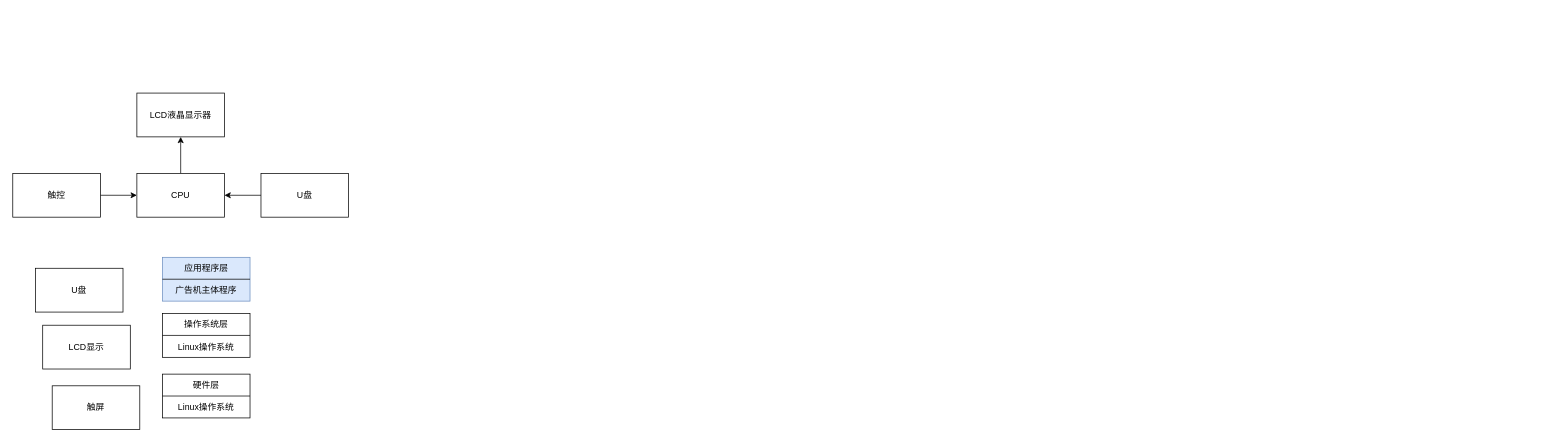
Above: 未命名绘图.drawio in wangshusu/BiYe (draw.io), before the change. Source tidied: cells renumbered, new cells numbered last; positions are measured from the earlier drawing's top-left corner, leaving out a move shared by most shapes. Both pictures are drawn from the tidied source at 73%, with x=0, y=0 at pixel (12, 93).
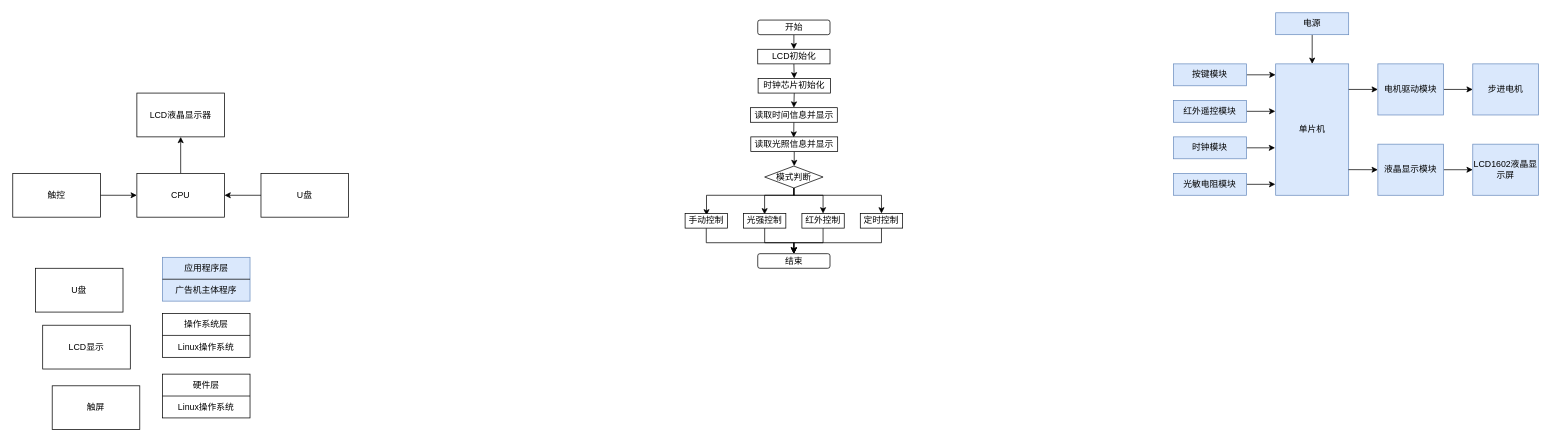
Above is the later version.

Commit message:
更新未命名绘图.drawio

Diff of the diagram source:
```diff
@@
+    <mxCell id="24" style="edgeStyle=orthogonalEdgeStyle;rounded=0;jettySize=auto;html=1;exitX=0.5;exitY=1;exitDx=0;exitDy=0;entryX=0.5;entryY=0;entryDx=0;entryDy=0;" parent="1" edge="1" source="25" target="27">
+      <mxGeometry relative="1" as="geometry" />
+    </mxCell>
+    <mxCell id="25" value="开始" style="rounded=1;whiteSpace=wrap;html=1;" parent="1" vertex="1">
+      <mxGeometry x="1020.5" y="-100" width="99" height="20" as="geometry" />
+    </mxCell>
+    <mxCell id="26" style="edgeStyle=orthogonalEdgeStyle;rounded=0;jettySize=auto;html=1;exitX=0.5;exitY=1;exitDx=0;exitDy=0;entryX=0.5;entryY=0;entryDx=0;entryDy=0;" parent="1" edge="1" source="27" target="29">
+      <mxGeometry relative="1" as="geometry" />
+    </mxCell>
+    <mxCell id="27" value="LCD初始化" style="rounded=0;whiteSpace=wrap;html=1;" parent="1" vertex="1">
+      <mxGeometry x="1020.5" y="-60" width="99" height="20" as="geometry" />
+    </mxCell>
+    <mxCell id="28" style="edgeStyle=orthogonalEdgeStyle;rounded=0;jettySize=auto;html=1;exitX=0.5;exitY=1;exitDx=0;exitDy=0;entryX=0.5;entryY=0;entryDx=0;entryDy=0;" parent="1" edge="1" source="29" target="31">
+      <mxGeometry relative="1" as="geometry" />
+    </mxCell>
+    <mxCell id="29" value="时钟芯片初始化" style="rounded=0;whiteSpace=wrap;html=1;" parent="1" vertex="1">
+      <mxGeometry x="1021" y="-20" width="99" height="20" as="geometry" />
+    </mxCell>
+    <mxCell id="30" style="edgeStyle=orthogonalEdgeStyle;rounded=0;jettySize=auto;html=1;exitX=0.5;exitY=1;exitDx=0;exitDy=0;entryX=0.494;entryY=0.055;entryDx=0;entryDy=0;entryPerimeter=0;" parent="1" edge="1" source="31" target="33">
+      <mxGeometry relative="1" as="geometry" />
+    </mxCell>
+    <mxCell id="31" value="读取时间信息并显示" style="rounded=0;whiteSpace=wrap;html=1;" parent="1" vertex="1">
+      <mxGeometry x="1010.5" y="20" width="119" height="20" as="geometry" />
+    </mxCell>
+    <mxCell id="32" style="edgeStyle=orthogonalEdgeStyle;rounded=0;jettySize=auto;html=1;exitX=0.5;exitY=1;exitDx=0;exitDy=0;entryX=0.506;entryY=0.003;entryDx=0;entryDy=0;entryPerimeter=0;" parent="1" edge="1" source="33" target="38">
+      <mxGeometry relative="1" as="geometry" />
+    </mxCell>
+    <mxCell id="33" value="读取光照信息并显示" style="rounded=0;whiteSpace=wrap;html=1;" parent="1" vertex="1">
+      <mxGeometry x="1011" y="60" width="119" height="20" as="geometry" />
+    </mxCell>
+    <mxCell id="34" style="edgeStyle=orthogonalEdgeStyle;rounded=0;jettySize=auto;html=1;exitX=0.5;exitY=1;exitDx=0;exitDy=0;entryX=0.506;entryY=0.133;entryDx=0;entryDy=0;entryPerimeter=0;" parent="1" edge="1" source="38" target="40">
+      <mxGeometry relative="1" as="geometry">
+        <Array as="points">
+          <mxPoint x="1070" y="140" />
+          <mxPoint x="950" y="140" />
+        </Array>
+      </mxGeometry>
+    </mxCell>
+    <mxCell id="35" style="edgeStyle=orthogonalEdgeStyle;rounded=0;jettySize=auto;html=1;exitX=0.5;exitY=1;exitDx=0;exitDy=0;entryX=0.499;entryY=0.061;entryDx=0;entryDy=0;entryPerimeter=0;" parent="1" edge="1" source="38" target="42">
+      <mxGeometry relative="1" as="geometry">
+        <Array as="points">
+          <mxPoint x="1070" y="140" />
+          <mxPoint x="1030" y="140" />
+        </Array>
+      </mxGeometry>
+    </mxCell>
+    <mxCell id="36" style="edgeStyle=orthogonalEdgeStyle;rounded=0;jettySize=auto;html=1;exitX=0.5;exitY=1;exitDx=0;exitDy=0;entryX=0.5;entryY=0;entryDx=0;entryDy=0;" parent="1" edge="1" source="38" target="44">
+      <mxGeometry relative="1" as="geometry">
+        <Array as="points">
+          <mxPoint x="1070" y="140" />
+          <mxPoint x="1110" y="140" />
+        </Array>
+      </mxGeometry>
+    </mxCell>
+    <mxCell id="37" style="edgeStyle=orthogonalEdgeStyle;rounded=0;jettySize=auto;html=1;exitX=0.5;exitY=1;exitDx=0;exitDy=0;entryX=0.5;entryY=0;entryDx=0;entryDy=0;" parent="1" edge="1" source="38" target="46">
+      <mxGeometry relative="1" as="geometry">
+        <Array as="points">
+          <mxPoint x="1070" y="140" />
+          <mxPoint x="1190" y="140" />
+        </Array>
+      </mxGeometry>
+    </mxCell>
+    <mxCell id="38" value="模式判断" style="rhombus;whiteSpace=wrap;html=1;" parent="1" vertex="1">
+      <mxGeometry x="1030" y="100" width="80" height="30" as="geometry" />
+    </mxCell>
+    <mxCell id="39" style="edgeStyle=orthogonalEdgeStyle;rounded=0;jettySize=auto;html=1;exitX=0.5;exitY=1;exitDx=0;exitDy=0;entryX=0.5;entryY=0;entryDx=0;entryDy=0;" parent="1" edge="1" source="40" target="47">
+      <mxGeometry relative="1" as="geometry">
+        <Array as="points">
+          <mxPoint x="950" y="205" />
+          <mxPoint x="1070" y="205" />
+        </Array>
+      </mxGeometry>
+    </mxCell>
+    <mxCell id="40" value="手动控制" style="rounded=0;whiteSpace=wrap;html=1;" parent="1" vertex="1">
+      <mxGeometry x="921" y="165" width="58" height="20" as="geometry" />
+    </mxCell>
+    <mxCell id="41" style="edgeStyle=orthogonalEdgeStyle;rounded=0;jettySize=auto;html=1;exitX=0.5;exitY=1;exitDx=0;exitDy=0;entryX=0.5;entryY=0;entryDx=0;entryDy=0;" parent="1" edge="1" source="42" target="47">
+      <mxGeometry relative="1" as="geometry" />
+    </mxCell>
+    <mxCell id="42" value="光强控制" style="rounded=0;whiteSpace=wrap;html=1;" parent="1" vertex="1">
+      <mxGeometry x="1001" y="165" width="58" height="20" as="geometry" />
+    </mxCell>
+    <mxCell id="43" style="edgeStyle=orthogonalEdgeStyle;rounded=0;jettySize=auto;html=1;exitX=0.5;exitY=1;exitDx=0;exitDy=0;entryX=0.5;entryY=0;entryDx=0;entryDy=0;" parent="1" edge="1" source="44" target="47">
+      <mxGeometry relative="1" as="geometry" />
+    </mxCell>
+    <mxCell id="44" value="红外控制" style="rounded=0;whiteSpace=wrap;html=1;" parent="1" vertex="1">
+      <mxGeometry x="1081" y="165" width="58" height="20" as="geometry" />
+    </mxCell>
+    <mxCell id="45" style="edgeStyle=orthogonalEdgeStyle;rounded=0;jettySize=auto;html=1;exitX=0.5;exitY=1;exitDx=0;exitDy=0;entryX=0.5;entryY=0;entryDx=0;entryDy=0;" parent="1" edge="1" source="46" target="47">
+      <mxGeometry relative="1" as="geometry">
+        <Array as="points">
+          <mxPoint x="1190" y="205" />
+          <mxPoint x="1070" y="205" />
+        </Array>
+      </mxGeometry>
+    </mxCell>
+    <mxCell id="46" value="定时控制" style="rounded=0;whiteSpace=wrap;html=1;" parent="1" vertex="1">
+      <mxGeometry x="1161" y="165" width="58" height="20" as="geometry" />
+    </mxCell>
+    <mxCell id="47" value="结束" style="rounded=1;whiteSpace=wrap;html=1;" parent="1" vertex="1">
+      <mxGeometry x="1020.5" y="220" width="99" height="20" as="geometry" />
+    </mxCell>
+    <mxCell id="48" style="edgeStyle=orthogonalEdgeStyle;rounded=0;jettySize=auto;html=1;exitX=0.5;exitY=1;exitDx=0;exitDy=0;entryX=0.5;entryY=0;entryDx=0;entryDy=0;" parent="1" edge="1" source="49" target="58">
+      <mxGeometry relative="1" as="geometry" />
+    </mxCell>
+    <mxCell id="49" value="电源" style="rounded=0;whiteSpace=wrap;html=1;fillColor=#dae8fc;strokeColor=#6c8ebf;" parent="1" vertex="1">
+      <mxGeometry x="1730" y="-110" width="100" height="30" as="geometry" />
+    </mxCell>
+    <mxCell id="50" style="edgeStyle=orthogonalEdgeStyle;rounded=0;jettySize=auto;html=1;exitX=1;exitY=0.5;exitDx=0;exitDy=0;entryX=-0.005;entryY=0.363;entryDx=0;entryDy=0;entryPerimeter=0;" parent="1" edge="1" source="51" target="58">
+      <mxGeometry relative="1" as="geometry" />
+    </mxCell>
+    <mxCell id="51" value="红外遥控模块" style="rounded=0;whiteSpace=wrap;html=1;fillColor=#dae8fc;strokeColor=#6c8ebf;" parent="1" vertex="1">
+      <mxGeometry x="1590" y="10" width="100" height="30" as="geometry" />
+    </mxCell>
+    <mxCell id="52" style="edgeStyle=orthogonalEdgeStyle;rounded=0;jettySize=auto;html=1;exitX=1;exitY=0.5;exitDx=0;exitDy=0;entryX=-0.002;entryY=0.082;entryDx=0;entryDy=0;entryPerimeter=0;" parent="1" edge="1" source="53" target="58">
+      <mxGeometry relative="1" as="geometry" />
+    </mxCell>
+    <mxCell id="53" value="按键模块" style="rounded=0;whiteSpace=wrap;html=1;fillColor=#dae8fc;strokeColor=#6c8ebf;" parent="1" vertex="1">
+      <mxGeometry x="1590" y="-40" width="100" height="30" as="geometry" />
+    </mxCell>
+    <mxCell id="54" style="edgeStyle=orthogonalEdgeStyle;rounded=0;jettySize=auto;html=1;exitX=1;exitY=0.5;exitDx=0;exitDy=0;entryX=-0.008;entryY=0.636;entryDx=0;entryDy=0;entryPerimeter=0;" parent="1" edge="1" source="55" target="58">
+      <mxGeometry relative="1" as="geometry" />
+    </mxCell>
+    <mxCell id="55" value="时钟模块" style="rounded=0;whiteSpace=wrap;html=1;fillColor=#dae8fc;strokeColor=#6c8ebf;" parent="1" vertex="1">
+      <mxGeometry x="1590" y="60" width="100" height="30" as="geometry" />
+    </mxCell>
+    <mxCell id="56" style="edgeStyle=orthogonalEdgeStyle;rounded=0;jettySize=auto;html=1;exitX=1;exitY=0.5;exitDx=0;exitDy=0;entryX=-0.005;entryY=0.917;entryDx=0;entryDy=0;entryPerimeter=0;" parent="1" edge="1" source="57" target="58">
+      <mxGeometry relative="1" as="geometry" />
+    </mxCell>
+    <mxCell id="57" value="光敏电阻模块" style="rounded=0;whiteSpace=wrap;html=1;fillColor=#dae8fc;strokeColor=#6c8ebf;" parent="1" vertex="1">
+      <mxGeometry x="1590" y="110" width="100" height="30" as="geometry" />
+    </mxCell>
+    <mxCell id="58" value="单片机" style="rounded=0;whiteSpace=wrap;html=1;fillColor=#dae8fc;strokeColor=#6c8ebf;" parent="1" vertex="1">
+      <mxGeometry x="1730" y="-40" width="100" height="180" as="geometry" />
+    </mxCell>
+    <mxCell id="59" style="edgeStyle=orthogonalEdgeStyle;rounded=0;jettySize=auto;html=1;exitX=1;exitY=0.5;exitDx=0;exitDy=0;entryX=0;entryY=0.5;entryDx=0;entryDy=0;" parent="1" edge="1" source="60" target="63">
+      <mxGeometry relative="1" as="geometry" />
+    </mxCell>
+    <mxCell id="60" value="电机驱动模块" style="rounded=0;whiteSpace=wrap;html=1;fillColor=#dae8fc;strokeColor=#6c8ebf;" parent="1" vertex="1">
+      <mxGeometry x="1870" y="-40" width="90" height="70" as="geometry" />
+    </mxCell>
+    <mxCell id="61" style="edgeStyle=orthogonalEdgeStyle;rounded=0;jettySize=auto;html=1;exitX=1;exitY=0.5;exitDx=0;exitDy=0;entryX=0;entryY=0.5;entryDx=0;entryDy=0;" parent="1" edge="1" source="62" target="64">
+      <mxGeometry relative="1" as="geometry" />
+    </mxCell>
+    <mxCell id="62" value="液晶显示模块" style="rounded=0;whiteSpace=wrap;html=1;fillColor=#dae8fc;strokeColor=#6c8ebf;" parent="1" vertex="1">
+      <mxGeometry x="1870" y="70" width="90" height="70" as="geometry" />
+    </mxCell>
+    <mxCell id="63" value="步进电机" style="rounded=0;whiteSpace=wrap;html=1;fillColor=#dae8fc;strokeColor=#6c8ebf;" parent="1" vertex="1">
+      <mxGeometry x="2000" y="-40" width="90" height="70" as="geometry" />
+    </mxCell>
+    <mxCell id="64" value="LCD1602液晶显示屏" style="rounded=0;whiteSpace=wrap;html=1;fillColor=#dae8fc;strokeColor=#6c8ebf;" parent="1" vertex="1">
+      <mxGeometry x="2000" y="70" width="90" height="70" as="geometry" />
+    </mxCell>
+    <mxCell id="65" style="endArrow=classic;html=1;rounded=0;entryX=0;entryY=0.5;entryDx=0;entryDy=0;" parent="1" edge="1" target="60">
+      <mxGeometry relative="1" as="geometry">
+        <mxPoint x="1830" y="-5" as="sourcePoint" />
+      </mxGeometry>
+    </mxCell>
+    <mxCell id="66" style="endArrow=classic;html=1;rounded=0;exitX=0.998;exitY=0.805;exitDx=0;exitDy=0;exitPerimeter=0;entryX=0;entryY=0.5;entryDx=0;entryDy=0;" parent="1" edge="1" source="58" target="62">
+      <mxGeometry relative="1" as="geometry" />
+    </mxCell>
```
